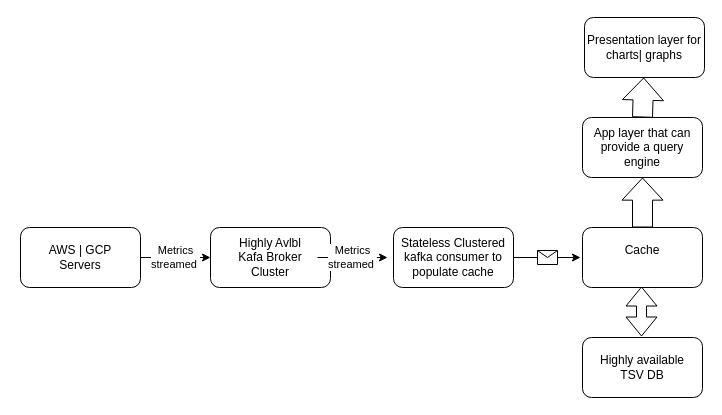
Above: Untitled Diagram.drawio in trohit/sysdesign (draw.io), before the change. Source tidied: cells renumbered, new cells numbered last; positions are measured from the earlier drawing's top-left corner, leaving out a move shared by most shapes. Both pictures are drawn from the tidied source at 100%, with x=0, y=0 at pixel (20, 17).
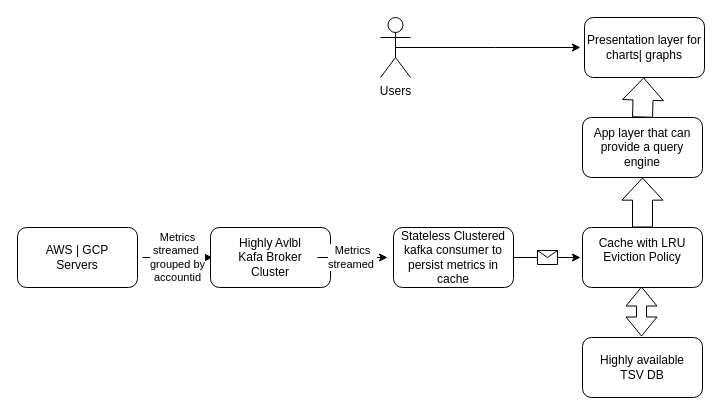
The same page after the edit.

The change refers to these unchanged cells:
```xml
<mxCell id="7" value="Highly Avlbl&lt;br&gt;Kafa Broker &lt;br&gt;Cluster" style="rounded=1;whiteSpace=wrap;html=1;" parent="1" vertex="1">
  <mxGeometry x="190" y="210" width="120" height="60" as="geometry" />
</mxCell>
```

Diff of the diagram source:
```diff
@@
-    <mxCell id="3" value="Cache&lt;span style=&quot;color: rgba(0, 0, 0, 0); font-family: monospace; font-size: 0px; text-align: start;&quot;&gt;%3CmxGraphModel%3E%3Croot%3E%3CmxCell%20id%3D%220%22%2F%3E%3CmxCell%20id%3D%221%22%20parent%3D%220%22%2F%3E%3CmxCell%20id%3D%222%22%20value%3D%22App%22%20style%3D%22rounded%3D1%3BwhiteSpace%3Dwrap%3Bhtml%3D1%3B%22%20vertex%3D%221%22%20parent%3D%221%22%3E%3CmxGeometry%20x%3D%22200%22%20y%3D%22160%22%20width%3D%22120%22%20height%3D%2260%22%20as%3D%22geometry%22%2F%3E%3C%2FmxCell%3E%3C%2Froot%3E%3C%2FmxGraphModel%3E|&lt;br&gt;&lt;br&gt;&lt;/span&gt;" style="rounded=1;whiteSpace=wrap;html=1;" parent="1" vertex="1">
+    <mxCell id="3" value="Cache with LRU Eviction Policy&lt;span style=&quot;color: rgba(0, 0, 0, 0); font-family: monospace; font-size: 0px; text-align: start;&quot;&gt;%3CmxGraphModel%3E%3Croot%3E%3CmxCell%20id%3D%220%22%2F%3E%3CmxCell%20id%3D%221%22%20parent%3D%220%22%2F%3E%3CmxCell%20id%3D%222%22%20value%3D%22App%22%20style%3D%22rounded%3D1%3BwhiteSpace%3Dwrap%3Bhtml%3D1%3B%22%20vertex%3D%221%22%20parent%3D%221%22%3E%3CmxGeometry%20x%3D%22200%22%20y%3D%22160%22%20width%3D%22120%22%20height%3D%2260%22%20as%3D%22geometry%22%2F%3E%3C%2FmxCell%3E%3C%2Froot%3E%3C%2FmxGraphModel%3E|&lt;br&gt;&lt;br&gt;&lt;/span&gt;" style="rounded=1;whiteSpace=wrap;html=1;" parent="1" vertex="1">
       <mxGeometry x="562" y="210" width="120" height="60" as="geometry" />
     </mxCell>
@@
-    <mxCell id="5" value="Metrics &lt;br&gt;streamed&amp;nbsp;" style="edgeStyle=orthogonalEdgeStyle;rounded=0;jettySize=auto;html=1;exitX=1;exitY=0.5;exitDx=0;exitDy=0;entryX=0;entryY=0.5;entryDx=0;entryDy=0;" parent="1" edge="1" source="6" target="7">
-      <mxGeometry relative="1" as="geometry" />
+    <mxCell id="5" value="Metrics &lt;br&gt;streamed&amp;nbsp;&lt;br&gt;grouped by &lt;br&gt;accountid" style="edgeStyle=orthogonalEdgeStyle;rounded=0;orthogonalLoop=1;jettySize=auto;html=1;exitX=1;exitY=0.5;exitDx=0;exitDy=0;entryX=0;entryY=0.5;entryDx=0;entryDy=0;" parent="1" edge="1">
+      <mxGeometry relative="1" as="geometry">
+        <mxPoint x="122" y="240" as="sourcePoint" />
+        <mxPoint x="192" y="240" as="targetPoint" />
+      </mxGeometry>
     </mxCell>
     <mxCell id="6" value="AWS | GCP &lt;br&gt;Servers" style="rounded=1;whiteSpace=wrap;html=1;" parent="1" vertex="1">
-      <mxGeometry y="210" width="120" height="60" as="geometry" />
+      <mxGeometry x="-3" y="210" width="120" height="60" as="geometry" />
     </mxCell>
@@
-    <mxCell id="8" value="Stateless Clustered kafka consumer to populate cache" style="rounded=1;whiteSpace=wrap;html=1;" parent="1" vertex="1">
+    <mxCell id="8" value="Stateless Clustered kafka consumer to persist metrics in cache" style="rounded=1;whiteSpace=wrap;html=1;" parent="1" vertex="1">
       <mxGeometry x="373" y="210" width="120" height="60" as="geometry" />
     </mxCell>
@@
+    <mxCell id="16" style="edgeStyle=orthogonalEdgeStyle;rounded=0;jettySize=auto;html=1;exitX=0.5;exitY=0.5;exitDx=0;exitDy=0;exitPerimeter=0;" parent="1" edge="1" source="17">
+      <mxGeometry relative="1" as="geometry">
+        <mxPoint x="560" y="30" as="targetPoint" />
+      </mxGeometry>
+    </mxCell>
+    <mxCell id="17" value="Users" style="shape=umlActor;verticalLabelPosition=bottom;verticalAlign=top;html=1;outlineConnect=0;" parent="1" vertex="1">
+      <mxGeometry x="360" width="30" height="60" as="geometry" />
+    </mxCell>
```
